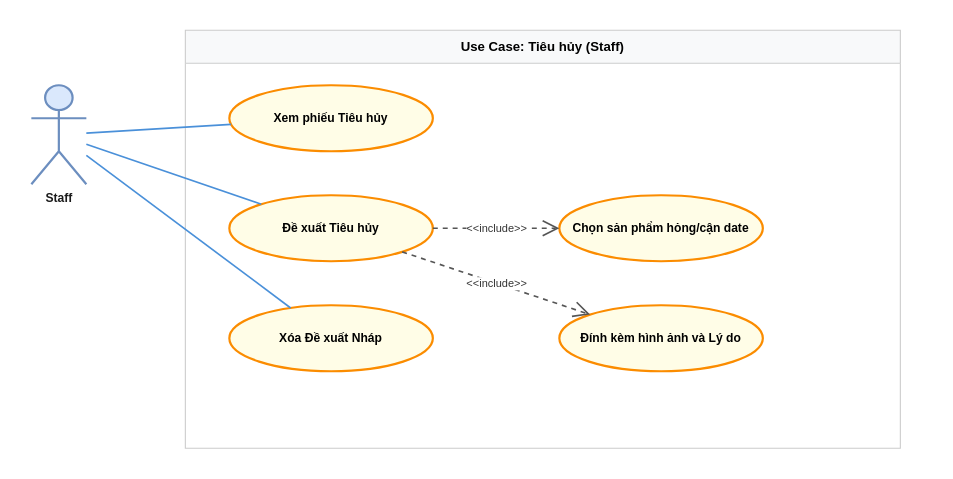
The draw.io diagram UseCase/STAFF/11_tieu_huy.drawio in Nghiatv2006/KhoHang, before the edit. Source tidied: cells renumbered, new cells numbered last; positions are measured from the earlier drawing's top-left corner, leaving out a move shared by most shapes. Both pictures are drawn from the tidied source at 110%, with x=0, y=0 at pixel (31, 30).
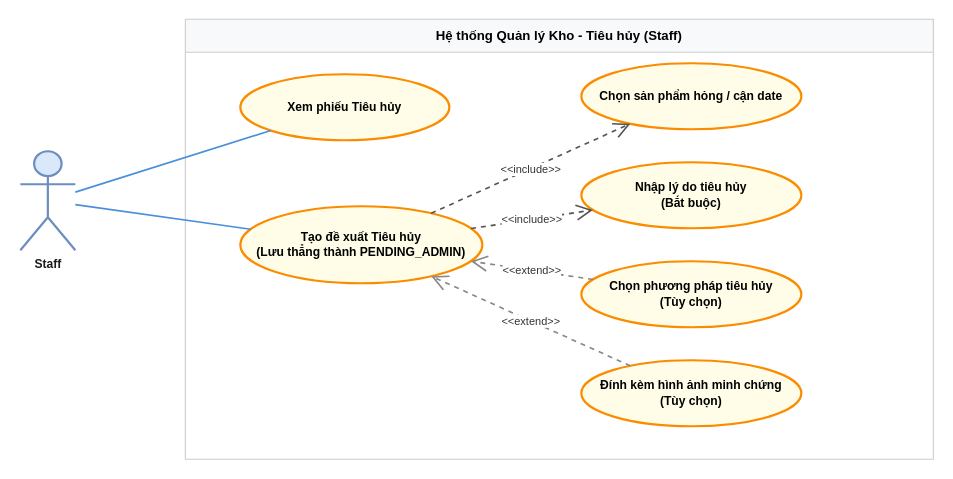
The same page after the edit.

Commit message (it also covers changes not shown here):
Update use case diagrams

What changed in the source:
```diff
@@
 <mxGraphModel>
   <root>
     <mxCell id="0" />
     <mxCell id="1" parent="0" />
-    <mxCell id="2" value="Use Case: Tiêu hủy (Staff)" style="swimlane;whiteSpace=wrap;html=1;startSize=30;fillColor=#f8f9fa;strokeColor=#cccccc;fontStyle=1;align=center;" parent="1" vertex="1">
-      <mxGeometry x="140" width="650" height="380" as="geometry" />
+    <mxCell id="2" value="Hệ thống Quản lý Kho - Tiêu hủy (Staff)" style="swimlane;whiteSpace=wrap;html=1;startSize=30;fillColor=#f8f9fa;strokeColor=#cccccc;fontStyle=1;align=center;" parent="1" vertex="1">
+      <mxGeometry x="140" y="-10" width="680" height="400" as="geometry" />
     </mxCell>
     <mxCell id="3" value="Staff" style="shape=umlActor;verticalLabelPosition=bottom;verticalAlign=top;html=1;outlineConnect=0;fillColor=#dae8fc;strokeColor=#6c8ebf;strokeWidth=2;fontColor=#1a1a1a;fontStyle=1;fontSize=11;" parent="1" vertex="1">
-      <mxGeometry y="50" width="50" height="90" as="geometry" />
+      <mxGeometry x="-10" y="110" width="50" height="90" as="geometry" />
     </mxCell>
     <mxCell id="4" value="Xem phiếu Tiêu hủy" style="ellipse;whiteSpace=wrap;html=1;fillColor=#fffde7;strokeColor=#fb8c00;strokeWidth=2;fontStyle=1;fontSize=11;align=center;" parent="1" vertex="1">
-      <mxGeometry x="180" y="50" width="185" height="60" as="geometry" />
+      <mxGeometry x="190" y="40" width="190" height="60" as="geometry" />
     </mxCell>
-    <mxCell id="5" value="Đề xuất Tiêu hủy" style="ellipse;whiteSpace=wrap;html=1;fillColor=#fffde7;strokeColor=#fb8c00;strokeWidth=2;fontStyle=1;fontSize=11;align=center;" parent="1" vertex="1">
-      <mxGeometry x="180" y="150" width="185" height="60" as="geometry" />
+    <mxCell id="5" value="Tạo đề xuất Tiêu hủy&#10;(Lưu thẳng thành PENDING_ADMIN)" style="ellipse;whiteSpace=wrap;html=1;fillColor=#fffde7;strokeColor=#fb8c00;strokeWidth=2;fontStyle=1;fontSize=11;align=center;" parent="1" vertex="1">
+      <mxGeometry x="190" y="160" width="220" height="70" as="geometry" />
     </mxCell>
-    <mxCell id="6" value="Chọn sản phẩm hỏng/cận date" style="ellipse;whiteSpace=wrap;html=1;fillColor=#fffde7;strokeColor=#fb8c00;strokeWidth=2;fontStyle=1;fontSize=11;align=center;" parent="1" vertex="1">
-      <mxGeometry x="480" y="150" width="185" height="60" as="geometry" />
+    <mxCell id="6" value="Chọn sản phẩm hỏng / cận date" style="ellipse;whiteSpace=wrap;html=1;fillColor=#fffde7;strokeColor=#fb8c00;strokeWidth=2;fontStyle=1;fontSize=11;align=center;" parent="1" vertex="1">
+      <mxGeometry x="500" y="30" width="200" height="60" as="geometry" />
     </mxCell>
-    <mxCell id="7" value="Đính kèm hình ảnh và Lý do" style="ellipse;whiteSpace=wrap;html=1;fillColor=#fffde7;strokeColor=#fb8c00;strokeWidth=2;fontStyle=1;fontSize=11;align=center;" parent="1" vertex="1">
-      <mxGeometry x="480" y="250" width="185" height="60" as="geometry" />
-    </mxCell>
-    <mxCell id="8" value="Xóa Đề xuất Nháp" style="ellipse;whiteSpace=wrap;html=1;fillColor=#fffde7;strokeColor=#fb8c00;strokeWidth=2;fontStyle=1;fontSize=11;align=center;" parent="1" vertex="1">
-      <mxGeometry x="180" y="250" width="185" height="60" as="geometry" />
-    </mxCell>
+    <mxCell id="14" value="Nhập lý do tiêu hủy&#10;(Bắt buộc)" style="ellipse;whiteSpace=wrap;html=1;fillColor=#fffde7;strokeColor=#fb8c00;strokeWidth=2;fontStyle=1;fontSize=11;align=center;" parent="1" vertex="1">
+      <mxGeometry x="500" y="120" width="200" height="60" as="geometry" />
+    </mxCell>
+    <mxCell id="15" value="Chọn phương pháp tiêu hủy&#10;(Tùy chọn)" style="ellipse;whiteSpace=wrap;html=1;fillColor=#fffde7;strokeColor=#fb8c00;strokeWidth=2;fontStyle=1;fontSize=11;align=center;" parent="1" vertex="1">
+      <mxGeometry x="500" y="210" width="200" height="60" as="geometry" />
+    </mxCell>
+    <mxCell id="16" value="Đính kèm hình ảnh minh chứng&#10;(Tùy chọn)" style="ellipse;whiteSpace=wrap;html=1;fillColor=#fffde7;strokeColor=#fb8c00;strokeWidth=2;fontStyle=1;fontSize=11;align=center;" parent="1" vertex="1">
+      <mxGeometry x="500" y="300" width="200" height="60" as="geometry" />
+    </mxCell>
     <mxCell id="9" style="endArrow=none;html=1;rounded=0;strokeColor=#4a90d9;strokeWidth=1.5;" parent="1" edge="1" source="3" target="4">
       <mxGeometry relative="1" as="geometry" />
     </mxCell>
     <mxCell id="10" style="endArrow=none;html=1;rounded=0;strokeColor=#4a90d9;strokeWidth=1.5;" parent="1" edge="1" source="3" target="5">
       <mxGeometry relative="1" as="geometry" />
     </mxCell>
     <mxCell id="11" value="&amp;lt;&amp;lt;include&amp;gt;&amp;gt;" style="endArrow=open;endSize=12;dashed=1;html=1;rounded=0;strokeColor=#555555;strokeWidth=1.5;labelBackgroundColor=#ffffff;fontColor=#333333;fontSize=10;align=center;" parent="1" edge="1" source="5" target="6">
       <mxGeometry relative="1" as="geometry" />
     </mxCell>
-    <mxCell id="12" value="&amp;lt;&amp;lt;include&amp;gt;&amp;gt;" style="endArrow=open;endSize=12;dashed=1;html=1;rounded=0;strokeColor=#555555;strokeWidth=1.5;labelBackgroundColor=#ffffff;fontColor=#333333;fontSize=10;align=center;" parent="1" edge="1" source="5" target="7">
+    <mxCell id="12" value="&amp;lt;&amp;lt;include&amp;gt;&amp;gt;" style="endArrow=open;endSize=12;dashed=1;html=1;rounded=0;strokeColor=#555555;strokeWidth=1.5;labelBackgroundColor=#ffffff;fontColor=#333333;fontSize=10;align=center;" parent="1" edge="1" source="5" target="14">
       <mxGeometry relative="1" as="geometry" />
     </mxCell>
-    <mxCell id="13" style="endArrow=none;html=1;rounded=0;strokeColor=#4a90d9;strokeWidth=1.5;" parent="1" edge="1" source="3" target="8">
+    <mxCell id="13" value="&amp;lt;&amp;lt;extend&amp;gt;&amp;gt;" style="endArrow=open;endSize=12;dashed=1;html=1;rounded=0;strokeColor=#888888;strokeWidth=1.5;labelBackgroundColor=#ffffff;fontColor=#333333;fontSize=10;align=center;" parent="1" edge="1" source="15" target="5">
       <mxGeometry relative="1" as="geometry" />
     </mxCell>
+    <mxCell id="17" value="&amp;lt;&amp;lt;extend&amp;gt;&amp;gt;" style="endArrow=open;endSize=12;dashed=1;html=1;rounded=0;strokeColor=#888888;strokeWidth=1.5;labelBackgroundColor=#ffffff;fontColor=#333333;fontSize=10;align=center;" parent="1" edge="1" source="16" target="5">
+      <mxGeometry relative="1" as="geometry" />
+    </mxCell>
   </root>
 </mxGraphModel>
```
